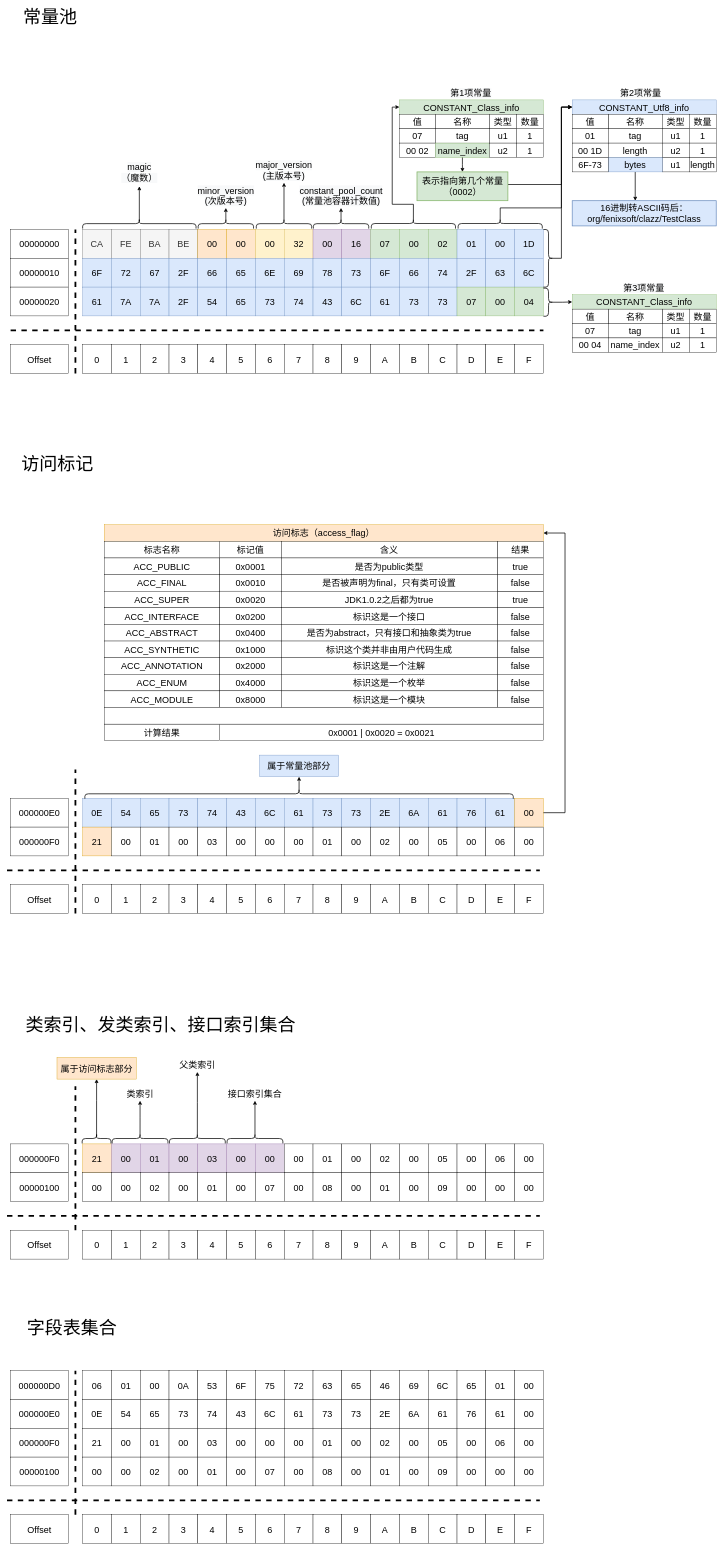
Before: 常量池/Untitled Diagram.drawio in zero-97/picture-of-the-article, a draw.io diagram. Source tidied: cells renumbered, new cells numbered last; positions are measured from the earlier drawing's top-left corner, leaving out a move shared by most shapes. Both pictures are drawn from the tidied source at 36%, with x=0, y=0 at pixel (7, 6).
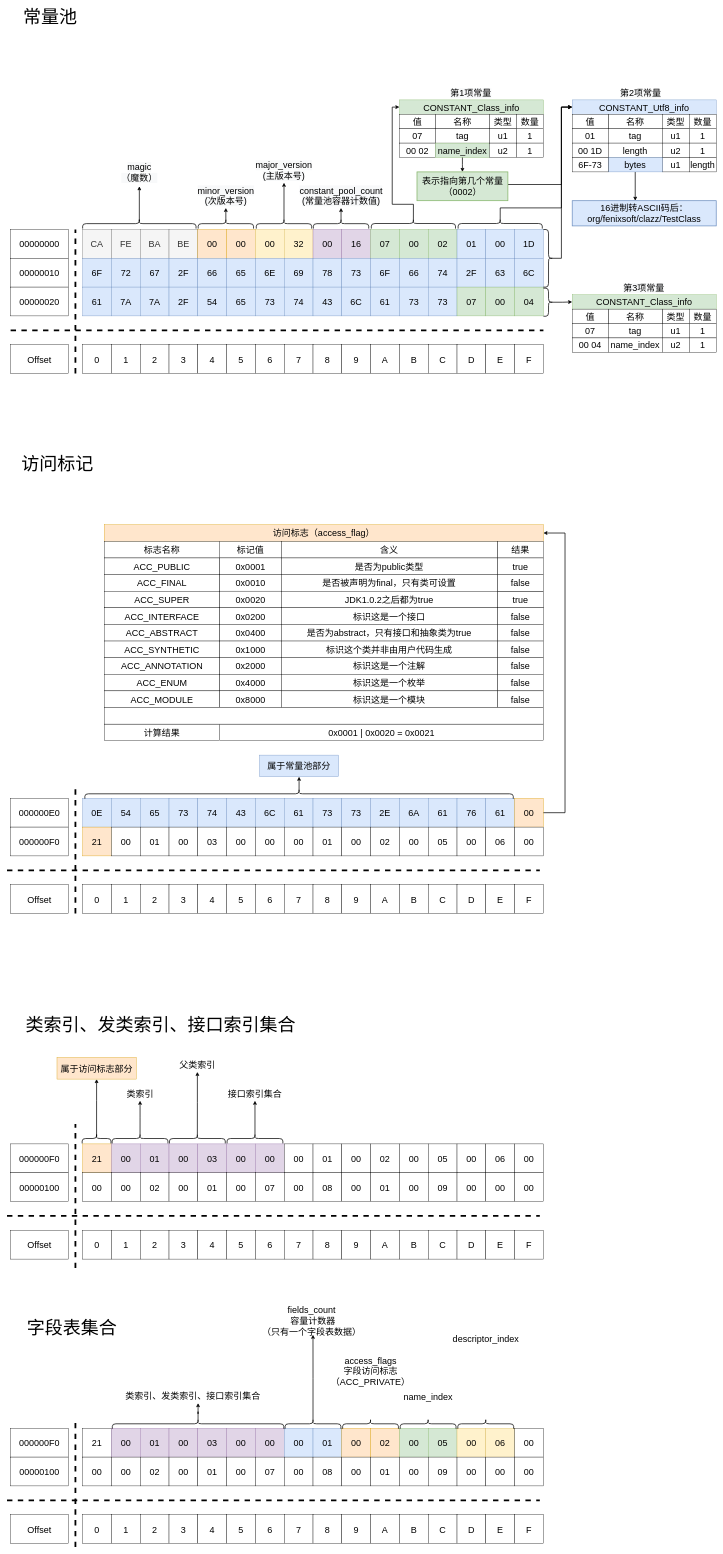
After the change.

Unchanged cells that the change refers to:
```xml
<mxCell id="278" style="group;" parent="1" vertex="1">
  <mxGeometry x="10" y="3790" width="160" height="240" as="geometry" />
</mxCell>
<mxCell id="302" style="group;" parent="1" vertex="1">
  <mxGeometry y="1440" width="1550" height="1080" as="geometry" />
</mxCell>
```

The edit, as a diff of the source:
```diff
@@
     <mxCell id="194" style="endArrow=none;dashed=1;html=1;rounded=0;fontSize=20;strokeColor=#000000;strokeWidth=5;" parent="1" edge="1">
       <mxGeometry relative="1" as="geometry">
-        <mxPoint x="190" y="3400" as="sourcePoint" />
-        <mxPoint x="190" y="3000" as="targetPoint" />
+        <mxPoint x="190" y="3505" as="sourcePoint" />
+        <mxPoint x="190" y="3105" as="targetPoint" />
       </mxGeometry>
     </mxCell>
@@
-    <mxCell id="212" value="06" style="whiteSpace=wrap;html=1;fontSize=25;" parent="1" vertex="1">
-      <mxGeometry x="210" y="3790" width="80" height="80" as="geometry" />
-    </mxCell>
-    <mxCell id="213" value="01" style="whiteSpace=wrap;html=1;fontSize=25;" parent="1" vertex="1">
-      <mxGeometry x="290" y="3790" width="80" height="80" as="geometry" />
-    </mxCell>
-    <mxCell id="214" value="00" style="whiteSpace=wrap;html=1;fontSize=25;" parent="1" vertex="1">
-      <mxGeometry x="370" y="3790" width="80" height="80" as="geometry" />
-    </mxCell>
-    <mxCell id="215" value="0A" style="whiteSpace=wrap;html=1;fontSize=25;" parent="1" vertex="1">
-      <mxGeometry x="450" y="3790" width="80" height="80" as="geometry" />
-    </mxCell>
-    <mxCell id="216" value="53" style="whiteSpace=wrap;html=1;fontSize=25;" parent="1" vertex="1">
-      <mxGeometry x="530" y="3790" width="80" height="80" as="geometry" />
-    </mxCell>
-    <mxCell id="217" value="6F" style="whiteSpace=wrap;html=1;fontSize=25;" parent="1" vertex="1">
-      <mxGeometry x="610" y="3790" width="80" height="80" as="geometry" />
-    </mxCell>
-    <mxCell id="218" value="75" style="whiteSpace=wrap;html=1;fontSize=25;" parent="1" vertex="1">
-      <mxGeometry x="690" y="3790" width="80" height="80" as="geometry" />
-    </mxCell>
-    <mxCell id="219" value="72" style="whiteSpace=wrap;html=1;fontSize=25;" parent="1" vertex="1">
-      <mxGeometry x="770" y="3790" width="80" height="80" as="geometry" />
-    </mxCell>
-    <mxCell id="220" value="63" style="whiteSpace=wrap;html=1;fontSize=25;" parent="1" vertex="1">
-      <mxGeometry x="850" y="3790" width="80" height="80" as="geometry" />
-    </mxCell>
-    <mxCell id="221" value="65" style="whiteSpace=wrap;html=1;fontSize=25;" parent="1" vertex="1">
-      <mxGeometry x="930" y="3790" width="80" height="80" as="geometry" />
-    </mxCell>
-    <mxCell id="222" value="46" style="whiteSpace=wrap;html=1;fontSize=25;" parent="1" vertex="1">
-      <mxGeometry x="1010" y="3790" width="80" height="80" as="geometry" />
-    </mxCell>
-    <mxCell id="223" value="69" style="whiteSpace=wrap;html=1;fontSize=25;" parent="1" vertex="1">
-      <mxGeometry x="1090" y="3790" width="80" height="80" as="geometry" />
-    </mxCell>
-    <mxCell id="224" value="0E" style="whiteSpace=wrap;html=1;fontSize=25;" parent="1" vertex="1">
-      <mxGeometry x="210" y="3870" width="80" height="80" as="geometry" />
-    </mxCell>
-    <mxCell id="225" value="54" style="whiteSpace=wrap;html=1;fontSize=25;" parent="1" vertex="1">
-      <mxGeometry x="290" y="3870" width="80" height="80" as="geometry" />
-    </mxCell>
-    <mxCell id="226" value="65" style="whiteSpace=wrap;html=1;fontSize=25;" parent="1" vertex="1">
-      <mxGeometry x="370" y="3870" width="80" height="80" as="geometry" />
-    </mxCell>
-    <mxCell id="227" value="73" style="whiteSpace=wrap;html=1;fontSize=25;" parent="1" vertex="1">
-      <mxGeometry x="450" y="3870" width="80" height="80" as="geometry" />
-    </mxCell>
-    <mxCell id="228" value="74" style="whiteSpace=wrap;html=1;fontSize=25;" parent="1" vertex="1">
-      <mxGeometry x="530" y="3870" width="80" height="80" as="geometry" />
-    </mxCell>
-    <mxCell id="229" value="43" style="whiteSpace=wrap;html=1;fontSize=25;" parent="1" vertex="1">
-      <mxGeometry x="610" y="3870" width="80" height="80" as="geometry" />
-    </mxCell>
-    <mxCell id="230" value="6C" style="whiteSpace=wrap;html=1;fontSize=25;" parent="1" vertex="1">
-      <mxGeometry x="690" y="3870" width="80" height="80" as="geometry" />
-    </mxCell>
-    <mxCell id="231" value="61" style="whiteSpace=wrap;html=1;fontSize=25;" parent="1" vertex="1">
-      <mxGeometry x="770" y="3870" width="80" height="80" as="geometry" />
-    </mxCell>
-    <mxCell id="232" value="73" style="whiteSpace=wrap;html=1;fontSize=25;" parent="1" vertex="1">
-      <mxGeometry x="850" y="3870" width="80" height="80" as="geometry" />
-    </mxCell>
-    <mxCell id="233" value="73" style="whiteSpace=wrap;html=1;fontSize=25;" parent="1" vertex="1">
-      <mxGeometry x="930" y="3870" width="80" height="80" as="geometry" />
-    </mxCell>
-    <mxCell id="234" value="2E" style="whiteSpace=wrap;html=1;fontSize=25;" parent="1" vertex="1">
-      <mxGeometry x="1010" y="3870" width="80" height="80" as="geometry" />
-    </mxCell>
-    <mxCell id="235" value="6A" style="whiteSpace=wrap;html=1;fontSize=25;" parent="1" vertex="1">
-      <mxGeometry x="1090" y="3870" width="80" height="80" as="geometry" />
-    </mxCell>
@@
-    <mxCell id="237" value="00" style="whiteSpace=wrap;html=1;fontSize=25;" parent="1" vertex="1">
+    <mxCell id="237" value="00" style="whiteSpace=wrap;html=1;fontSize=25;fillColor=#e1d5e7;strokeColor=#9673a6;" parent="1" vertex="1">
       <mxGeometry x="290" y="3950" width="80" height="80" as="geometry" />
     </mxCell>
-    <mxCell id="238" value="01" style="whiteSpace=wrap;html=1;fontSize=25;" parent="1" vertex="1">
+    <mxCell id="238" value="01" style="whiteSpace=wrap;html=1;fontSize=25;fillColor=#e1d5e7;strokeColor=#9673a6;" parent="1" vertex="1">
       <mxGeometry x="370" y="3950" width="80" height="80" as="geometry" />
     </mxCell>
-    <mxCell id="239" value="00" style="whiteSpace=wrap;html=1;fontSize=25;" parent="1" vertex="1">
+    <mxCell id="239" value="00" style="whiteSpace=wrap;html=1;fontSize=25;fillColor=#e1d5e7;strokeColor=#9673a6;" parent="1" vertex="1">
       <mxGeometry x="450" y="3950" width="80" height="80" as="geometry" />
     </mxCell>
-    <mxCell id="240" value="03" style="whiteSpace=wrap;html=1;fontSize=25;" parent="1" vertex="1">
+    <mxCell id="240" value="03" style="whiteSpace=wrap;html=1;fontSize=25;fillColor=#e1d5e7;strokeColor=#9673a6;" parent="1" vertex="1">
       <mxGeometry x="530" y="3950" width="80" height="80" as="geometry" />
     </mxCell>
-    <mxCell id="241" value="00" style="whiteSpace=wrap;html=1;fontSize=25;" parent="1" vertex="1">
+    <mxCell id="241" value="00" style="whiteSpace=wrap;html=1;fontSize=25;fillColor=#e1d5e7;strokeColor=#9673a6;" parent="1" vertex="1">
       <mxGeometry x="610" y="3950" width="80" height="80" as="geometry" />
     </mxCell>
-    <mxCell id="242" value="00" style="whiteSpace=wrap;html=1;fontSize=25;" parent="1" vertex="1">
+    <mxCell id="242" value="00" style="whiteSpace=wrap;html=1;fontSize=25;fillColor=#e1d5e7;strokeColor=#9673a6;" parent="1" vertex="1">
       <mxGeometry x="690" y="3950" width="80" height="80" as="geometry" />
     </mxCell>
-    <mxCell id="243" value="00" style="whiteSpace=wrap;html=1;fontSize=25;" parent="1" vertex="1">
+    <mxCell id="243" value="00" style="whiteSpace=wrap;html=1;fontSize=25;fillColor=#dae8fc;strokeColor=#6c8ebf;" parent="1" vertex="1">
       <mxGeometry x="770" y="3950" width="80" height="80" as="geometry" />
     </mxCell>
-    <mxCell id="244" value="01" style="whiteSpace=wrap;html=1;fontSize=25;" parent="1" vertex="1">
+    <mxCell id="244" value="01" style="whiteSpace=wrap;html=1;fontSize=25;fillColor=#dae8fc;strokeColor=#6c8ebf;" parent="1" vertex="1">
       <mxGeometry x="850" y="3950" width="80" height="80" as="geometry" />
     </mxCell>
-    <mxCell id="245" value="00" style="whiteSpace=wrap;html=1;fontSize=25;" parent="1" vertex="1">
+    <mxCell id="245" value="00" style="whiteSpace=wrap;html=1;fontSize=25;fillColor=#ffe6cc;strokeColor=#d79b00;" parent="1" vertex="1">
       <mxGeometry x="930" y="3950" width="80" height="80" as="geometry" />
     </mxCell>
-    <mxCell id="246" value="02" style="whiteSpace=wrap;html=1;fontSize=25;" parent="1" vertex="1">
+    <mxCell id="246" value="02" style="whiteSpace=wrap;html=1;fontSize=25;fillColor=#ffe6cc;strokeColor=#d79b00;" parent="1" vertex="1">
       <mxGeometry x="1010" y="3950" width="80" height="80" as="geometry" />
     </mxCell>
-    <mxCell id="247" value="00" style="whiteSpace=wrap;html=1;fontSize=25;" parent="1" vertex="1">
+    <mxCell id="247" value="00" style="whiteSpace=wrap;html=1;fontSize=25;fillColor=#d5e8d4;strokeColor=#82b366;" parent="1" vertex="1">
       <mxGeometry x="1090" y="3950" width="80" height="80" as="geometry" />
     </mxCell>
-    <mxCell id="248" value="6C" style="whiteSpace=wrap;html=1;fontSize=25;" parent="1" vertex="1">
-      <mxGeometry x="1170" y="3790" width="80" height="80" as="geometry" />
-    </mxCell>
-    <mxCell id="249" value="65" style="whiteSpace=wrap;html=1;fontSize=25;" parent="1" vertex="1">
-      <mxGeometry x="1250" y="3790" width="80" height="80" as="geometry" />
-    </mxCell>
-    <mxCell id="250" value="01" style="whiteSpace=wrap;html=1;fontSize=25;" parent="1" vertex="1">
-      <mxGeometry x="1330" y="3790" width="80" height="80" as="geometry" />
-    </mxCell>
-    <mxCell id="251" value="00" style="whiteSpace=wrap;html=1;fontSize=25;" parent="1" vertex="1">
-      <mxGeometry x="1410" y="3790" width="80" height="80" as="geometry" />
-    </mxCell>
-    <mxCell id="252" value="61" style="whiteSpace=wrap;html=1;fontSize=25;" parent="1" vertex="1">
-      <mxGeometry x="1170" y="3870" width="80" height="80" as="geometry" />
-    </mxCell>
-    <mxCell id="253" value="76" style="whiteSpace=wrap;html=1;fontSize=25;" parent="1" vertex="1">
-      <mxGeometry x="1250" y="3870" width="80" height="80" as="geometry" />
-    </mxCell>
-    <mxCell id="254" value="61" style="whiteSpace=wrap;html=1;fontSize=25;" parent="1" vertex="1">
-      <mxGeometry x="1330" y="3870" width="80" height="80" as="geometry" />
-    </mxCell>
-    <mxCell id="255" value="00" style="whiteSpace=wrap;html=1;fontSize=25;" parent="1" vertex="1">
-      <mxGeometry x="1410" y="3870" width="80" height="80" as="geometry" />
-    </mxCell>
-    <mxCell id="256" value="05" style="whiteSpace=wrap;html=1;fontSize=25;" parent="1" vertex="1">
+    <mxCell id="256" value="05" style="whiteSpace=wrap;html=1;fontSize=25;fillColor=#d5e8d4;strokeColor=#82b366;" parent="1" vertex="1">
       <mxGeometry x="1170" y="3950" width="80" height="80" as="geometry" />
     </mxCell>
-    <mxCell id="257" value="00" style="whiteSpace=wrap;html=1;fontSize=25;" parent="1" vertex="1">
+    <mxCell id="257" value="00" style="whiteSpace=wrap;html=1;fontSize=25;fillColor=#fff2cc;strokeColor=#d6b656;" parent="1" vertex="1">
       <mxGeometry x="1250" y="3950" width="80" height="80" as="geometry" />
     </mxCell>
-    <mxCell id="258" value="06" style="whiteSpace=wrap;html=1;fontSize=25;" parent="1" vertex="1">
+    <mxCell id="258" value="06" style="whiteSpace=wrap;html=1;fontSize=25;fillColor=#fff2cc;strokeColor=#d6b656;" parent="1" vertex="1">
       <mxGeometry x="1330" y="3950" width="80" height="80" as="geometry" />
     </mxCell>
@@
-    <mxCell id="260" style="edgeStyle=orthogonalEdgeStyle;rounded=0;orthogonalLoop=1;jettySize=auto;html=1;exitX=0.5;exitY=1;exitDx=0;exitDy=0;fontSize=25;" parent="1" edge="1" source="220" target="220">
-      <mxGeometry relative="1" as="geometry" />
-    </mxCell>
@@
-    <mxCell id="279" value="000000D0" style="rounded=0;whiteSpace=wrap;html=1;fontSize=25;" parent="278" vertex="1">
-      <mxGeometry width="160" height="80" as="geometry" />
-    </mxCell>
-    <mxCell id="280" value="000000E0" style="rounded=0;whiteSpace=wrap;html=1;fontSize=25;" parent="278" vertex="1">
-      <mxGeometry y="80" width="160" height="80" as="geometry" />
-    </mxCell>
@@
     <mxCell id="284" style="endArrow=none;dashed=1;html=1;rounded=0;fontSize=20;strokeColor=#000000;strokeWidth=5;" parent="1" edge="1">
       <mxGeometry relative="1" as="geometry">
-        <mxPoint x="190" y="4190" as="sourcePoint" />
-        <mxPoint x="190" y="3790" as="targetPoint" />
+        <mxPoint x="190" y="4280" as="sourcePoint" />
+        <mxPoint x="190" y="3920" as="targetPoint" />
       </mxGeometry>
     </mxCell>
@@
     <mxCell id="357" style="endArrow=none;dashed=1;html=1;rounded=0;fontSize=20;strokeColor=#000000;strokeWidth=5;" parent="302" edge="1">
       <mxGeometry relative="1" as="geometry">
         <mxPoint x="190" y="1080" as="sourcePoint" />
-        <mxPoint x="190" y="680" as="targetPoint" />
+        <mxPoint x="190" y="720" as="targetPoint" />
       </mxGeometry>
     </mxCell>
@@
+    <mxCell id="426" value="&lt;font face=&quot;helvetica&quot;&gt;&lt;span style=&quot;font-size: 25px&quot;&gt;fields_count&lt;br&gt;&amp;nbsp;容量计数器&lt;br&gt;（只有一个字段表数据）&lt;br&gt;&lt;br&gt;&lt;/span&gt;&lt;/font&gt;" style="text;whiteSpace=wrap;html=1;fontSize=20;align=center;" parent="1" vertex="1">
+      <mxGeometry x="696" y="3600" width="300" height="100" as="geometry" />
+    </mxCell>
+    <mxCell id="427" style="edgeStyle=orthogonalEdgeStyle;rounded=0;jettySize=auto;html=1;entryX=0.513;entryY=0.9;entryDx=0;entryDy=0;entryPerimeter=0;fontSize=25;exitX=0.1;exitY=0.5;exitDx=0;exitDy=0;exitPerimeter=0;strokeWidth=2;" parent="1" edge="1" source="428" target="426">
+      <mxGeometry relative="1" as="geometry" />
+    </mxCell>
+    <mxCell id="428" style="shape=curlyBracket;whiteSpace=wrap;html=1;rounded=1;flipH=1;rotation=-90;strokeWidth=2;" parent="1" vertex="1">
+      <mxGeometry x="836.2" y="3860" width="27.5" height="155" as="geometry" />
+    </mxCell>
+    <mxCell id="429" style="shape=curlyBracket;whiteSpace=wrap;html=1;rounded=1;flipH=1;rotation=-90;strokeWidth=2;" parent="1" vertex="1">
+      <mxGeometry x="996" y="3860" width="27.5" height="155" as="geometry" />
+    </mxCell>
+    <mxCell id="430" style="shape=curlyBracket;whiteSpace=wrap;html=1;rounded=1;flipH=1;rotation=-90;strokeWidth=2;" parent="1" vertex="1">
+      <mxGeometry x="1156" y="3860" width="27.5" height="155" as="geometry" />
+    </mxCell>
+    <mxCell id="431" style="shape=curlyBracket;whiteSpace=wrap;html=1;rounded=1;flipH=1;rotation=-90;strokeWidth=2;" parent="1" vertex="1">
+      <mxGeometry x="1316" y="3860" width="27.5" height="155" as="geometry" />
+    </mxCell>
+    <mxCell id="432" value="&lt;font face=&quot;helvetica&quot;&gt;&lt;span style=&quot;font-size: 25px&quot;&gt;access_flags&lt;br&gt;字段访问标志&lt;br&gt;（ACC_PRIVATE）&lt;br&gt;&lt;/span&gt;&lt;/font&gt;" style="text;whiteSpace=wrap;html=1;fontSize=20;align=center;" parent="1" vertex="1">
+      <mxGeometry x="929.8" y="3740" width="160" height="40" as="geometry" />
+    </mxCell>
+    <mxCell id="433" value="&lt;font face=&quot;helvetica&quot;&gt;&lt;span style=&quot;font-size: 25px&quot;&gt;name_index&lt;/span&gt;&lt;/font&gt;" style="text;whiteSpace=wrap;html=1;fontSize=20;align=center;" parent="1" vertex="1">
+      <mxGeometry x="1089.8" y="3840" width="160" height="40" as="geometry" />
+    </mxCell>
+    <mxCell id="434" value="&lt;font face=&quot;helvetica&quot;&gt;&lt;span style=&quot;font-size: 25px&quot;&gt;descriptor_index&lt;/span&gt;&lt;/font&gt;" style="text;whiteSpace=wrap;html=1;fontSize=20;align=center;" parent="1" vertex="1">
+      <mxGeometry x="1249.8" y="3680" width="160" height="40" as="geometry" />
+    </mxCell>
+    <mxCell id="435" value="&lt;font style=&quot;font-size: 25px&quot;&gt;类索引、发类索引、接口索引集合&lt;/font&gt;" style="text;html=1;strokeColor=none;fillColor=none;align=center;verticalAlign=middle;whiteSpace=wrap;rounded=0;" parent="1" vertex="1">
+      <mxGeometry x="321" y="3830" width="391.2" height="60" as="geometry" />
+    </mxCell>
+    <mxCell id="436" style="edgeStyle=orthogonalEdgeStyle;rounded=0;jettySize=auto;html=1;entryX=0.536;entryY=0.833;entryDx=0;entryDy=0;entryPerimeter=0;fontSize=25;exitX=0.1;exitY=0.5;exitDx=0;exitDy=0;exitPerimeter=0;strokeWidth=2;" parent="1" edge="1" source="437" target="435">
+      <mxGeometry relative="1" as="geometry" />
+    </mxCell>
+    <mxCell id="437" style="shape=curlyBracket;whiteSpace=wrap;html=1;rounded=1;flipH=1;rotation=-90;strokeWidth=2;" parent="1" vertex="1">
+      <mxGeometry x="516.9" y="3699.4" width="27.5" height="476.2" as="geometry" />
+    </mxCell>
+    <mxCell id="438" style="edgeStyle=orthogonalEdgeStyle;rounded=0;orthogonalLoop=1;jettySize=auto;html=1;exitX=0.5;exitY=1;exitDx=0;exitDy=0;fontSize=25;" parent="1" edge="1" source="426" target="426">
+      <mxGeometry relative="1" as="geometry" />
+    </mxCell>
```
